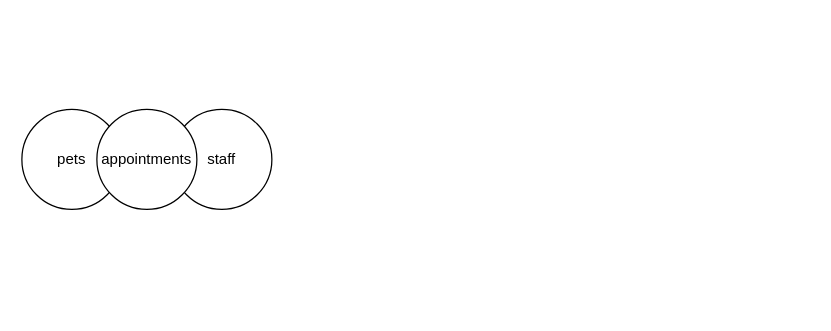
The draw.io diagram lib/assets/erd.drawio in rachelAtFlatiron/Phase-3-062424, before the edit. Source tidied: cells renumbered, new cells numbered last; positions are measured from the earlier drawing's top-left corner, leaving out a move shared by most shapes. Both pictures are drawn from the tidied source at 125%, with x=0, y=0 at pixel (21, 109).
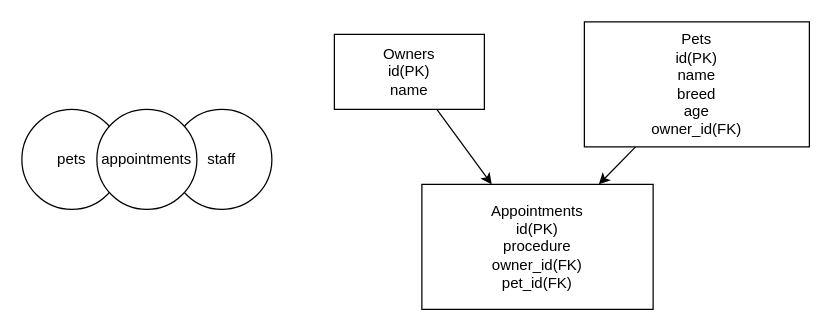
Above is the later version.

The edit, as a diff of the source:
```diff
@@
 <mxGraphModel>
   <root>
     <mxCell id="0" />
     <mxCell id="1" parent="0" />
     <mxCell id="2" value="pets" style="ellipse;whiteSpace=wrap;html=1;" parent="1" vertex="1">
       <mxGeometry width="80" height="80" as="geometry" />
     </mxCell>
     <mxCell id="3" value="staff" style="ellipse;whiteSpace=wrap;html=1;" parent="1" vertex="1">
       <mxGeometry x="120" width="80" height="80" as="geometry" />
     </mxCell>
     <mxCell id="4" value="appointments" style="ellipse;whiteSpace=wrap;html=1;" parent="1" vertex="1">
       <mxGeometry x="60" width="80" height="80" as="geometry" />
     </mxCell>
+    <mxCell id="5" style="edgeStyle=none;html=1;" parent="1" edge="1" source="6" target="9">
+      <mxGeometry relative="1" as="geometry" />
+    </mxCell>
+    <mxCell id="6" value="Pets&lt;br&gt;id(PK)&lt;br&gt;name&lt;br&gt;breed&lt;br&gt;age&lt;br&gt;owner_id(FK)" style="whiteSpace=wrap;html=1;" parent="1" vertex="1">
+      <mxGeometry x="450" y="-70" width="180" height="100" as="geometry" />
+    </mxCell>
+    <mxCell id="7" style="edgeStyle=none;html=1;" parent="1" edge="1" source="8" target="9">
+      <mxGeometry relative="1" as="geometry" />
+    </mxCell>
+    <mxCell id="8" value="Owners&lt;br&gt;id(PK)&lt;br&gt;name" style="whiteSpace=wrap;html=1;" parent="1" vertex="1">
+      <mxGeometry x="250" y="-60" width="120" height="60" as="geometry" />
+    </mxCell>
+    <mxCell id="9" value="Appointments&lt;br&gt;id(PK)&lt;br&gt;procedure&lt;br&gt;owner_id(FK)&lt;br&gt;pet_id(FK)" style="whiteSpace=wrap;html=1;" parent="1" vertex="1">
+      <mxGeometry x="320" y="60" width="185" height="100" as="geometry" />
+    </mxCell>
   </root>
 </mxGraphModel>
```
